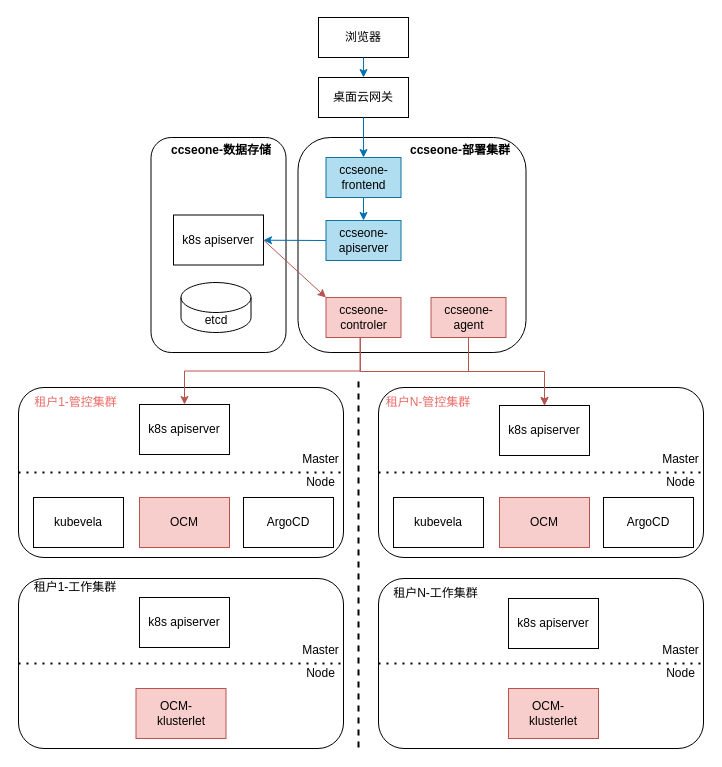
Tiny-VS-Lina/ccse keeps this draw.io diagram as page "ccseone架构图" (1 of 2) of drawio/ccseone-sprint3.drawio. Above is the earlier version. Source tidied: cells renumbered, new cells numbered last; positions are measured from the earlier drawing's top-left corner, leaving out a move shared by most shapes. Both pictures are drawn from the tidied source at 100%, with x=0, y=0 at pixel (18, 17).
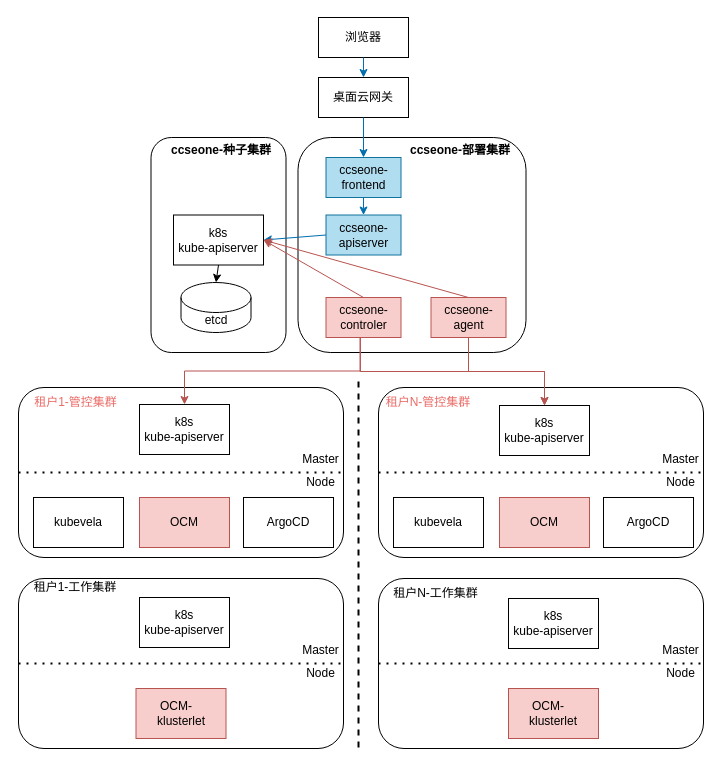
The same page after the edit.

Unchanged cells that the change refers to:
```xml
<mxCell id="11" value="ccseone-controler" style="rounded=0;whiteSpace=wrap;html=1;fillColor=#f8cecc;strokeColor=#b85450;" parent="1" vertex="1">
  <mxGeometry x="307.5" y="280" width="75" height="40" as="geometry" />
</mxCell>
<mxCell id="12" value="ccseone-agent" style="rounded=0;whiteSpace=wrap;html=1;fillColor=#f8cecc;strokeColor=#b85450;" parent="1" vertex="1">
  <mxGeometry x="412.5" y="280" width="75" height="40" as="geometry" />
</mxCell>
<mxCell id="13" style="group;" parent="1" vertex="1">
  <mxGeometry y="370" width="325" height="170" as="geometry" />
</mxCell>
<mxCell id="23" style="group;" parent="1" vertex="1">
  <mxGeometry x="360" y="370" width="325" height="170" as="geometry" />
</mxCell>
<mxCell id="33" style="group;" parent="1" vertex="1">
  <mxGeometry x="360" y="561" width="325" height="170" as="geometry" />
</mxCell>
<mxCell id="53" value="etcd" style="shape=cylinder3;whiteSpace=wrap;html=1;boundedLbl=1;backgroundOutline=1;size=15;" parent="1" vertex="1">
  <mxGeometry x="162.5" y="265" width="70" height="50" as="geometry" />
</mxCell>
```

What changed in the source:
```diff
@@
     <mxCell id="4" value="ccseone-apiserver" style="rounded=0;whiteSpace=wrap;html=1;fillColor=#b1ddf0;strokeColor=#10739e;" parent="1" vertex="1">
-      <mxGeometry x="307.5" y="203" width="75" height="40" as="geometry" />
+      <mxGeometry x="307.5" y="197.5" width="75" height="40" as="geometry" />
     </mxCell>
@@
-    <mxCell id="18" value="k8s apiserver" style="rounded=0;whiteSpace=wrap;html=1;" parent="13" vertex="1">
+    <mxCell id="18" value="k8s&lt;br style=&quot;border-color: var(--border-color);&quot;&gt;kube-apiserver" style="rounded=0;whiteSpace=wrap;html=1;" parent="13" vertex="1">
       <mxGeometry x="121" y="17" width="90" height="50" as="geometry" />
     </mxCell>
@@
-    <mxCell id="28" value="k8s apiserver" style="rounded=0;whiteSpace=wrap;html=1;" parent="23" vertex="1">
+    <mxCell id="28" value="k8s&lt;br style=&quot;border-color: var(--border-color);&quot;&gt;kube-apiserver" style="rounded=0;whiteSpace=wrap;html=1;" parent="23" vertex="1">
       <mxGeometry x="121" y="18" width="90" height="50" as="geometry" />
     </mxCell>
@@
-    <mxCell id="39" value="k8s apiserver" style="rounded=0;whiteSpace=wrap;html=1;" parent="33" vertex="1">
+    <mxCell id="39" value="k8s&lt;br style=&quot;border-color: var(--border-color);&quot;&gt;kube-apiserver" style="rounded=0;whiteSpace=wrap;html=1;" parent="33" vertex="1">
       <mxGeometry x="130" y="20" width="90" height="50" as="geometry" />
     </mxCell>
@@
-    <mxCell id="49" value="k8s apiserver" style="rounded=0;whiteSpace=wrap;html=1;" parent="1" vertex="1">
+    <mxCell id="49" value="k8s&lt;br&gt;kube-apiserver" style="rounded=0;whiteSpace=wrap;html=1;" parent="1" vertex="1">
       <mxGeometry x="121" y="580" width="90" height="50" as="geometry" />
     </mxCell>
@@
-    <mxCell id="51" value="k8s apiserver" style="rounded=0;whiteSpace=wrap;html=1;" parent="1" vertex="1">
+    <mxCell id="51" value="k8s&lt;br style=&quot;border-color: var(--border-color);&quot;&gt;kube-apiserver" style="rounded=0;whiteSpace=wrap;html=1;" parent="1" vertex="1">
       <mxGeometry x="155" y="197.5" width="90" height="50" as="geometry" />
     </mxCell>
-    <mxCell id="52" value="&lt;b style=&quot;border-color: var(--border-color); font-size: 12px;&quot;&gt;ccseone-数据存储&lt;/b&gt;" style="text;html=1;strokeColor=none;fillColor=none;align=center;verticalAlign=middle;whiteSpace=wrap;rounded=0;fontSize=12;" parent="1" vertex="1">
+    <mxCell id="52" value="&lt;b style=&quot;border-color: var(--border-color); font-size: 12px;&quot;&gt;ccseone-种子集群&lt;/b&gt;" style="text;html=1;strokeColor=none;fillColor=none;align=center;verticalAlign=middle;whiteSpace=wrap;rounded=0;fontSize=12;" parent="1" vertex="1">
       <mxGeometry x="137.5" y="120" width="130" height="25" as="geometry" />
     </mxCell>
@@
-    <mxCell id="54" style="endArrow=classic;html=1;rounded=0;strokeColor=#006EAF;exitX=0;exitY=0.5;exitDx=0;exitDy=0;" parent="1" edge="1" source="4" target="51">
+    <mxCell id="54" style="endArrow=classic;html=1;rounded=0;strokeColor=#006EAF;exitX=0;exitY=0.5;exitDx=0;exitDy=0;entryX=1;entryY=0.5;entryDx=0;entryDy=0;" parent="1" edge="1" source="4" target="51">
       <mxGeometry relative="1" as="geometry" />
     </mxCell>
-    <mxCell id="55" style="endArrow=classic;html=1;rounded=0;entryX=0;entryY=0;entryDx=0;entryDy=0;exitX=1;exitY=0.5;exitDx=0;exitDy=0;fillColor=#f8cecc;strokeColor=#b85450;" parent="1" edge="1" source="51" target="11">
+    <mxCell id="55" style="endArrow=classic;html=1;rounded=0;entryX=1;entryY=0.5;entryDx=0;entryDy=0;exitX=0.5;exitY=0;exitDx=0;exitDy=0;fillColor=#f8cecc;strokeColor=#b85450;" parent="1" edge="1" source="11" target="51">
       <mxGeometry relative="1" as="geometry" />
     </mxCell>
@@
+    <mxCell id="58" style="endArrow=classic;html=1;rounded=0;exitX=0.5;exitY=1;exitDx=0;exitDy=0;entryX=0.5;entryY=0;entryDx=0;entryDy=0;entryPerimeter=0;" parent="1" edge="1" source="51" target="53">
+      <mxGeometry relative="1" as="geometry" />
+    </mxCell>
+    <mxCell id="59" style="endArrow=classic;html=1;rounded=0;entryX=1;entryY=0.5;entryDx=0;entryDy=0;exitX=0.5;exitY=0;exitDx=0;exitDy=0;fillColor=#f8cecc;strokeColor=#b85450;" parent="1" edge="1" source="12" target="51">
+      <mxGeometry relative="1" as="geometry" />
+    </mxCell>
```
